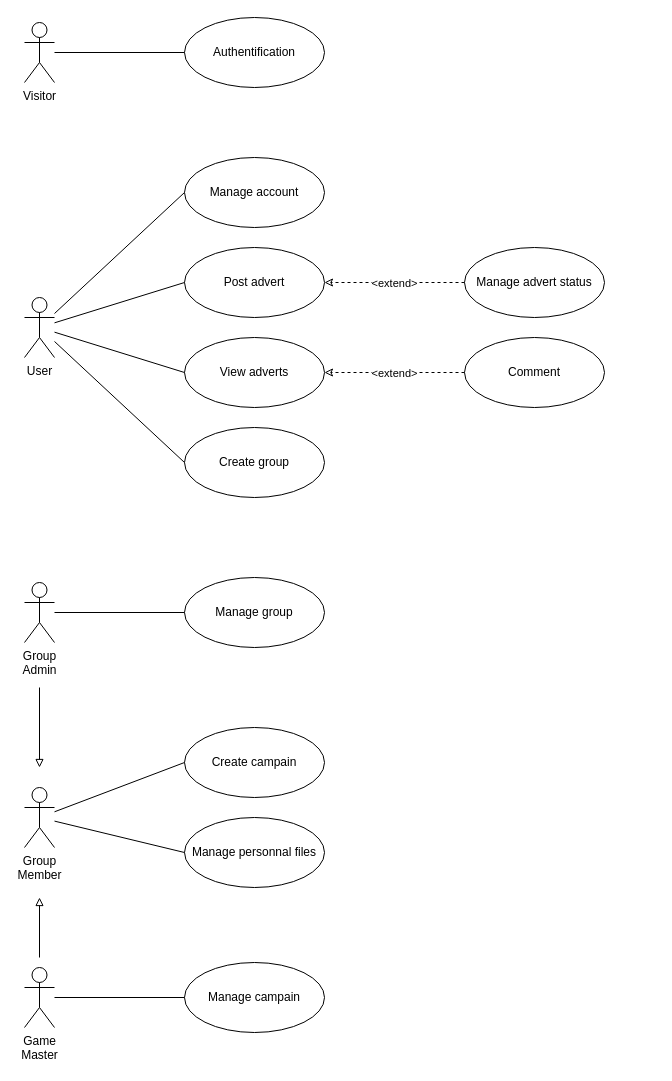
The draw.io diagram page "UC" (2 of 3) of Documentation/Diagrames.drawio in ThreeLeggedDuckling/I3WAD_SymfonyProject, before the edit. Source tidied: cells renumbered, new cells numbered last; positions are measured from the earlier drawing's top-left corner, leaving out a move shared by most shapes. Both pictures are drawn from the tidied source at 100%, with x=0, y=0 at pixel (24, 17).
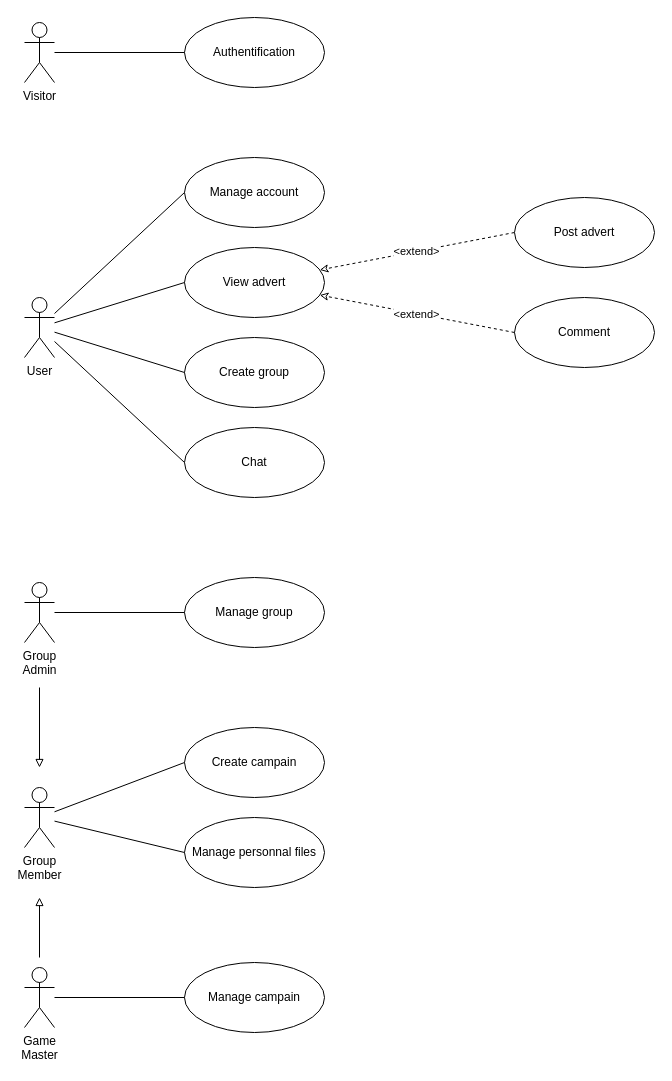
The same page after the edit.

The edit, as a diff of the source:
```diff
@@
-    <mxCell id="8" value="Post advert" style="ellipse;whiteSpace=wrap;html=1;" parent="1" vertex="1">
+    <mxCell id="8" value="View advert" style="ellipse;whiteSpace=wrap;html=1;" parent="1" vertex="1">
       <mxGeometry x="160" y="230" width="140" height="70" as="geometry" />
     </mxCell>
-    <mxCell id="9" value="View adverts" style="ellipse;whiteSpace=wrap;html=1;" parent="1" vertex="1">
+    <mxCell id="9" value="Create group" style="ellipse;whiteSpace=wrap;html=1;" parent="1" vertex="1">
       <mxGeometry x="160" y="320" width="140" height="70" as="geometry" />
     </mxCell>
@@
-    <mxCell id="14" value="Create group" style="ellipse;whiteSpace=wrap;html=1;" parent="1" vertex="1">
+    <mxCell id="14" value="Chat" style="ellipse;whiteSpace=wrap;html=1;" parent="1" vertex="1">
       <mxGeometry x="160" y="410" width="140" height="70" as="geometry" />
     </mxCell>
@@
-    <mxCell id="17" value="Manage advert status" style="ellipse;whiteSpace=wrap;html=1;" parent="1" vertex="1">
-      <mxGeometry x="440" y="230" width="140" height="70" as="geometry" />
-    </mxCell>
@@
     <mxCell id="28" value="Comment" style="ellipse;whiteSpace=wrap;html=1;" parent="1" vertex="1">
-      <mxGeometry x="440" y="320" width="140" height="70" as="geometry" />
+      <mxGeometry x="490" y="280" width="140" height="70" as="geometry" />
     </mxCell>
-    <mxCell id="29" style="endArrow=classic;html=1;rounded=0;dashed=1;endFill=0;" parent="1" edge="1" source="28" target="9">
+    <mxCell id="29" style="endArrow=classic;html=1;rounded=0;dashed=1;endFill=0;exitX=0;exitY=0.5;exitDx=0;exitDy=0;" parent="1" edge="1" source="28" target="8">
       <mxGeometry relative="1" as="geometry" />
     </mxCell>
@@
-    <mxCell id="31" style="endArrow=classic;html=1;rounded=0;dashed=1;endFill=0;" parent="1" edge="1" source="17" target="8">
+    <mxCell id="31" style="endArrow=classic;html=1;rounded=0;dashed=1;endFill=0;exitX=0;exitY=0.5;exitDx=0;exitDy=0;" parent="1" edge="1" source="33" target="8">
       <mxGeometry relative="1" as="geometry" />
     </mxCell>
@@
+    <mxCell id="33" value="Post advert" style="ellipse;whiteSpace=wrap;html=1;" parent="1" vertex="1">
+      <mxGeometry x="490" y="180" width="140" height="70" as="geometry" />
+    </mxCell>
```
